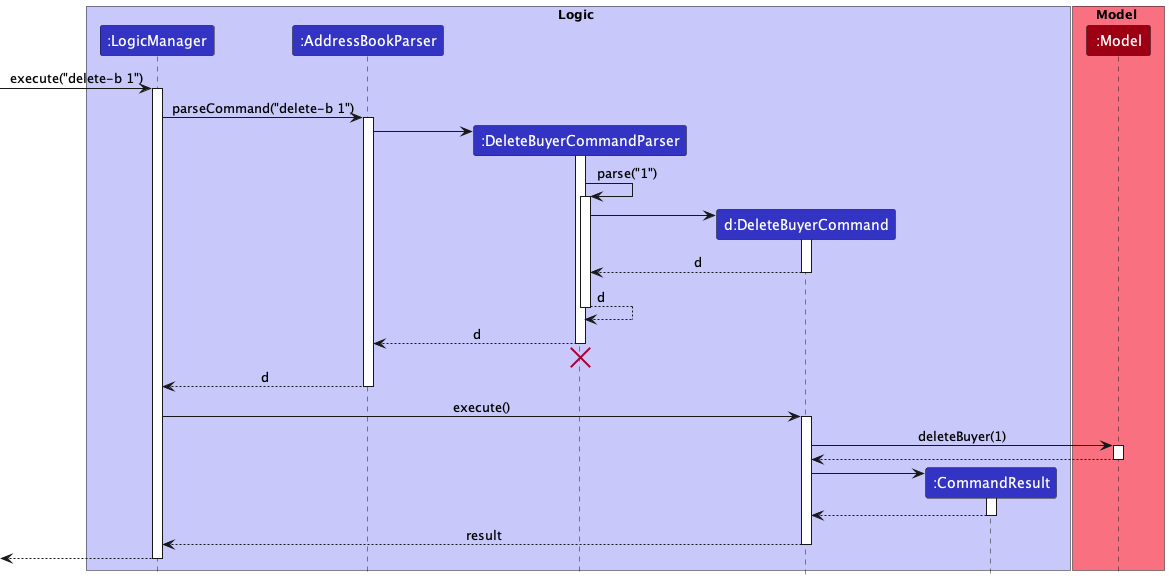
This is docs/images/DeleteSequenceDiagram.png from nus-cs2103-AY2223S1/tp, a PlantUML export, as it was before one commit.
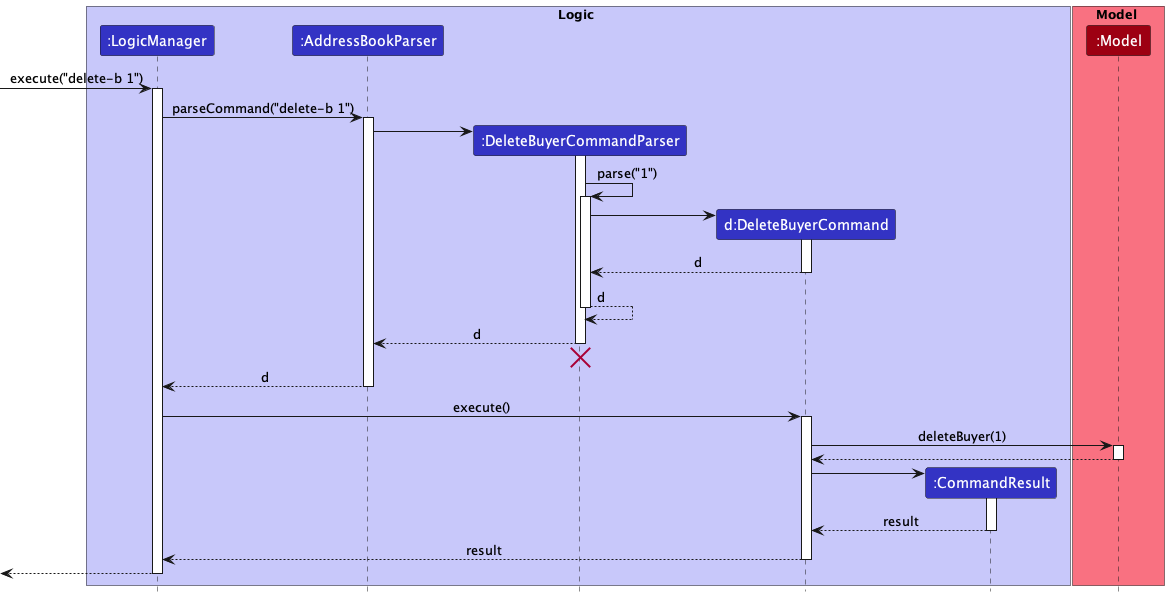
Later version of the same file.

What changed in the source:
```diff
@@ -57,7 +57,7 @@
 DeleteBuyerCommand -> CommandResult
 activate CommandResult
 
-CommandResult --> DeleteBuyerCommand
+CommandResult --> DeleteBuyerCommand : result
 deactivate CommandResult
 
 DeleteBuyerCommand --> LogicManager : result
```
